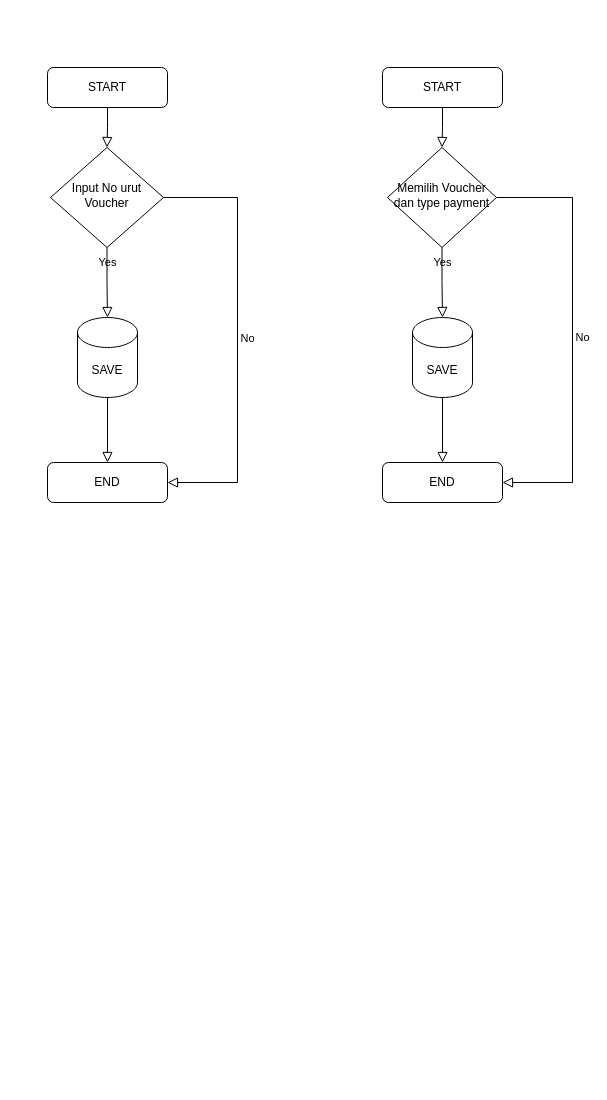
Earlier version of the draw.io diagram Untitled Diagram.drawio (andizdn13/dokumen-project). Source tidied: cells renumbered, new cells numbered last; positions are measured from the earlier drawing's top-left corner, leaving out a move shared by most shapes. Both pictures are drawn from the tidied source at 100%, with x=0, y=0 at pixel (47, 67).
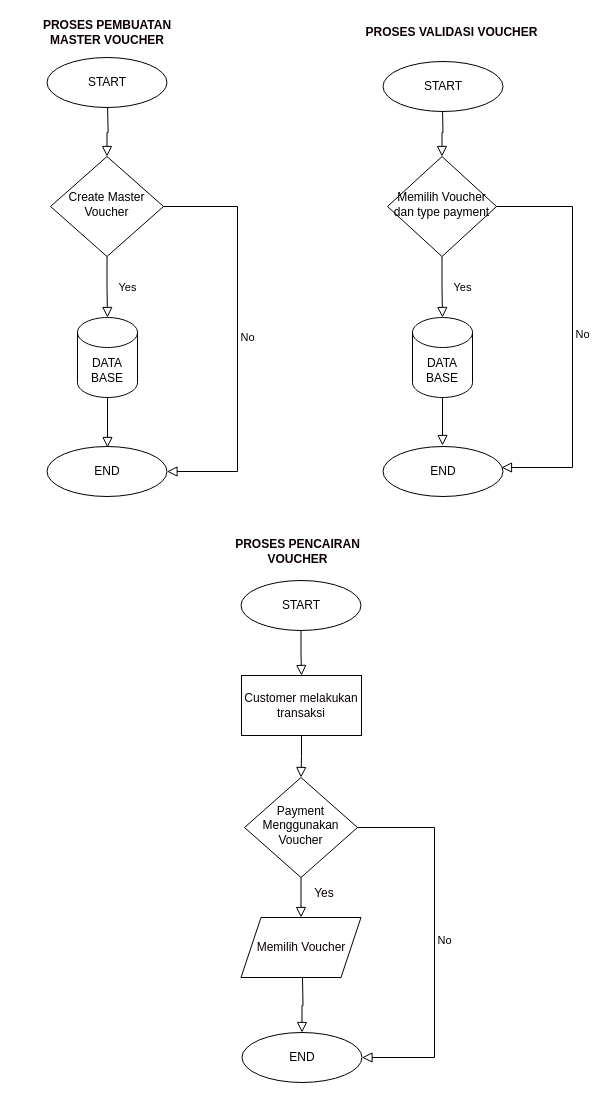
After the change.

The edit, as a diff of the source:
```diff
@@
-    <mxCell id="2" style="rounded=0;html=1;jettySize=auto;fontSize=11;endArrow=block;endFill=0;endSize=8;strokeWidth=1;shadow=0;labelBackgroundColor=none;edgeStyle=orthogonalEdgeStyle;" parent="1" edge="1" source="3" target="6">
-      <mxGeometry relative="1" as="geometry" />
+    <mxCell id="2" style="rounded=0;html=1;jettySize=auto;fontSize=11;endArrow=block;endFill=0;endSize=8;strokeWidth=1;shadow=0;labelBackgroundColor=none;edgeStyle=orthogonalEdgeStyle;" parent="1" edge="1" target="6">
+      <mxGeometry relative="1" as="geometry">
+        <mxPoint x="60.1" y="40" as="sourcePoint" />
+      </mxGeometry>
     </mxCell>
-    <mxCell id="3" value="START" style="rounded=1;whiteSpace=wrap;html=1;fontSize=12;glass=0;strokeWidth=1;shadow=0;" parent="1" vertex="1">
-      <mxGeometry width="120" height="40" as="geometry" />
-    </mxCell>
@@
-    <mxCell id="5" value="No" style="edgeStyle=orthogonalEdgeStyle;rounded=0;html=1;jettySize=auto;fontSize=11;endArrow=block;endFill=0;endSize=8;strokeWidth=1;shadow=0;labelBackgroundColor=none;entryX=1;entryY=0.5;entryDx=0;entryDy=0;" parent="1" edge="1" source="6" target="7">
+    <mxCell id="5" value="No" style="edgeStyle=orthogonalEdgeStyle;rounded=0;html=1;jettySize=auto;fontSize=11;endArrow=block;endFill=0;endSize=8;strokeWidth=1;shadow=0;labelBackgroundColor=none;" parent="1" edge="1" source="6" target="19">
       <mxGeometry y="10" relative="1" as="geometry">
         <Array as="points">
-          <mxPoint x="190" y="130" />
-          <mxPoint x="190" y="415" />
+          <mxPoint x="190" y="139" />
+          <mxPoint x="190" y="404" />
         </Array>
       </mxGeometry>
     </mxCell>
-    <mxCell id="6" value="Input No urut Voucher" style="rhombus;whiteSpace=wrap;html=1;shadow=0;fontFamily=Helvetica;fontSize=12;align=center;strokeWidth=1;spacing=6;spacingTop=-4;" parent="1" vertex="1">
-      <mxGeometry x="3" y="80" width="113" height="100" as="geometry" />
+    <mxCell id="6" value="Create Master Voucher" style="rhombus;whiteSpace=wrap;html=1;shadow=0;fontFamily=Helvetica;fontSize=12;align=center;strokeWidth=1;spacing=6;spacingTop=-4;" parent="1" vertex="1">
+      <mxGeometry x="3" y="89" width="113" height="100" as="geometry" />
     </mxCell>
-    <mxCell id="7" value="END" style="rounded=1;whiteSpace=wrap;html=1;fontSize=12;glass=0;strokeWidth=1;shadow=0;" parent="1" vertex="1">
-      <mxGeometry y="395" width="120" height="40" as="geometry" />
-    </mxCell>
-    <mxCell id="8" value="SAVE" style="shape=cylinder3;whiteSpace=wrap;html=1;boundedLbl=1;backgroundOutline=1;size=15;" parent="1" vertex="1">
+    <mxCell id="8" value="DATA BASE" style="shape=cylinder3;whiteSpace=wrap;html=1;boundedLbl=1;backgroundOutline=1;size=15;" parent="1" vertex="1">
       <mxGeometry x="30" y="250" width="60" height="80" as="geometry" />
     </mxCell>
-    <mxCell id="9" style="rounded=0;html=1;jettySize=auto;orthogonalLoop=1;fontSize=11;endArrow=block;endFill=0;endSize=8;strokeWidth=1;shadow=0;labelBackgroundColor=none;edgeStyle=orthogonalEdgeStyle;entryX=0.5;entryY=0;entryDx=0;entryDy=0;exitX=0.5;exitY=1;exitDx=0;exitDy=0;exitPerimeter=0;" parent="1" edge="1">
+    <mxCell id="9" style="rounded=0;html=1;jettySize=auto;orthogonalLoop=1;fontSize=11;endArrow=block;endFill=0;endSize=8;strokeWidth=1;shadow=0;labelBackgroundColor=none;edgeStyle=orthogonalEdgeStyle;exitX=0.5;exitY=1;exitDx=0;exitDy=0;exitPerimeter=0;" parent="1" edge="1">
       <mxGeometry relative="1" as="geometry">
         <mxPoint x="60" y="330" as="sourcePoint" />
-        <mxPoint x="60" y="395" as="targetPoint" />
+        <mxPoint x="60" y="380" as="targetPoint" />
       </mxGeometry>
     </mxCell>
-    <mxCell id="10" style="rounded=0;html=1;jettySize=auto;fontSize=11;endArrow=block;endFill=0;endSize=8;strokeWidth=1;shadow=0;labelBackgroundColor=none;edgeStyle=orthogonalEdgeStyle;" parent="1" edge="1" source="11" target="14">
-      <mxGeometry relative="1" as="geometry" />
+    <mxCell id="10" style="rounded=0;html=1;jettySize=auto;fontSize=11;endArrow=block;endFill=0;endSize=8;strokeWidth=1;shadow=0;labelBackgroundColor=none;edgeStyle=orthogonalEdgeStyle;" parent="1" edge="1" target="14">
+      <mxGeometry relative="1" as="geometry">
+        <mxPoint x="395" y="40" as="sourcePoint" />
+      </mxGeometry>
     </mxCell>
-    <mxCell id="11" value="START" style="rounded=1;whiteSpace=wrap;html=1;fontSize=12;glass=0;strokeWidth=1;shadow=0;" parent="1" vertex="1">
-      <mxGeometry x="335" width="120" height="40" as="geometry" />
-    </mxCell>
@@
-    <mxCell id="13" value="No" style="edgeStyle=orthogonalEdgeStyle;rounded=0;html=1;jettySize=auto;fontSize=11;endArrow=block;endFill=0;endSize=8;strokeWidth=1;shadow=0;labelBackgroundColor=none;entryX=1;entryY=0.5;entryDx=0;entryDy=0;" parent="1" edge="1" source="14" target="15">
+    <mxCell id="13" value="No" style="edgeStyle=orthogonalEdgeStyle;rounded=0;html=1;jettySize=auto;fontSize=11;endArrow=block;endFill=0;endSize=8;strokeWidth=1;shadow=0;labelBackgroundColor=none;entryX=0.992;entryY=0.55;entryDx=0;entryDy=0;entryPerimeter=0;" parent="1" edge="1" source="14">
       <mxGeometry y="10" relative="1" as="geometry">
+        <mxPoint x="454" y="400" as="targetPoint" />
         <Array as="points">
-          <mxPoint x="525" y="130" />
-          <mxPoint x="525" y="415" />
+          <mxPoint x="525" y="139" />
+          <mxPoint x="525" y="400" />
         </Array>
       </mxGeometry>
     </mxCell>
     <mxCell id="14" value="Memilih Voucher dan type payment " style="rhombus;whiteSpace=wrap;html=1;shadow=0;fontFamily=Helvetica;fontSize=12;align=center;strokeWidth=1;spacing=6;spacingTop=-4;" parent="1" vertex="1">
-      <mxGeometry x="340" y="80" width="109" height="100" as="geometry" />
+      <mxGeometry x="340" y="89" width="109" height="100" as="geometry" />
     </mxCell>
-    <mxCell id="15" value="END" style="rounded=1;whiteSpace=wrap;html=1;fontSize=12;glass=0;strokeWidth=1;shadow=0;" parent="1" vertex="1">
-      <mxGeometry x="335" y="395" width="120" height="40" as="geometry" />
-    </mxCell>
-    <mxCell id="16" value="SAVE" style="shape=cylinder3;whiteSpace=wrap;html=1;boundedLbl=1;backgroundOutline=1;size=15;" parent="1" vertex="1">
+    <mxCell id="16" value="DATA BASE" style="shape=cylinder3;whiteSpace=wrap;html=1;boundedLbl=1;backgroundOutline=1;size=15;" parent="1" vertex="1">
       <mxGeometry x="365" y="250" width="60" height="80" as="geometry" />
     </mxCell>
     <mxCell id="17" style="rounded=0;html=1;jettySize=auto;orthogonalLoop=1;fontSize=11;endArrow=block;endFill=0;endSize=8;strokeWidth=1;shadow=0;labelBackgroundColor=none;edgeStyle=orthogonalEdgeStyle;entryX=0.5;entryY=0;entryDx=0;entryDy=0;exitX=0.5;exitY=1;exitDx=0;exitDy=0;exitPerimeter=0;" parent="1" edge="1">
       <mxGeometry relative="1" as="geometry">
         <mxPoint x="395" y="330" as="sourcePoint" />
-        <mxPoint x="395" y="395" as="targetPoint" />
+        <mxPoint x="395" y="378" as="targetPoint" />
       </mxGeometry>
     </mxCell>
+    <mxCell id="18" value="START" style="ellipse;whiteSpace=wrap;html=1;" parent="1" vertex="1">
+      <mxGeometry x="-0.5" y="-10" width="120" height="50" as="geometry" />
+    </mxCell>
+    <mxCell id="19" value="END" style="ellipse;whiteSpace=wrap;html=1;" parent="1" vertex="1">
+      <mxGeometry x="-0.5" y="379" width="120" height="50" as="geometry" />
+    </mxCell>
+    <mxCell id="20" value="PROSES PEMBUATAN MASTER VOUCHER" style="text;html=1;strokeColor=none;fillColor=none;align=center;verticalAlign=middle;whiteSpace=wrap;rounded=0;fontStyle=1;fontColor=#0D0100;" parent="1" vertex="1">
+      <mxGeometry x="-30" y="-50" width="180" height="30" as="geometry" />
+    </mxCell>
+    <mxCell id="21" value="START" style="ellipse;whiteSpace=wrap;html=1;" parent="1" vertex="1">
+      <mxGeometry x="335.5" y="-6" width="120" height="50" as="geometry" />
+    </mxCell>
+    <mxCell id="22" value="END" style="ellipse;whiteSpace=wrap;html=1;" parent="1" vertex="1">
+      <mxGeometry x="335.5" y="379" width="120" height="50" as="geometry" />
+    </mxCell>
+    <mxCell id="23" value="PROSES VALIDASI VOUCHER" style="text;html=1;strokeColor=none;fillColor=none;align=center;verticalAlign=middle;whiteSpace=wrap;rounded=0;fontStyle=1;fontColor=#0D0100;" parent="1" vertex="1">
+      <mxGeometry x="314" y="-50" width="181" height="30" as="geometry" />
+    </mxCell>
+    <mxCell id="24" style="rounded=0;html=1;jettySize=auto;fontSize=11;endArrow=block;endFill=0;endSize=8;strokeWidth=1;shadow=0;labelBackgroundColor=none;edgeStyle=orthogonalEdgeStyle;exitX=0.5;exitY=1;exitDx=0;exitDy=0;entryX=0.5;entryY=0;entryDx=0;entryDy=0;" parent="1" edge="1" source="27" target="30">
+      <mxGeometry relative="1" as="geometry" />
+    </mxCell>
+    <mxCell id="25" value="No" style="edgeStyle=orthogonalEdgeStyle;rounded=0;html=1;jettySize=auto;fontSize=11;endArrow=block;endFill=0;endSize=8;strokeWidth=1;shadow=0;labelBackgroundColor=none;entryX=1;entryY=0.5;entryDx=0;entryDy=0;exitX=1;exitY=0.5;exitDx=0;exitDy=0;" parent="1" edge="1" source="31" target="28">
+      <mxGeometry y="10" relative="1" as="geometry">
+        <Array as="points">
+          <mxPoint x="387" y="760" />
+          <mxPoint x="387" y="990" />
+        </Array>
+      </mxGeometry>
+    </mxCell>
+    <mxCell id="26" style="rounded=0;html=1;jettySize=auto;fontSize=11;endArrow=block;endFill=0;endSize=8;strokeWidth=1;shadow=0;labelBackgroundColor=none;edgeStyle=orthogonalEdgeStyle;" parent="1" edge="1" target="28">
+      <mxGeometry relative="1" as="geometry">
+        <mxPoint x="255" y="910" as="sourcePoint" />
+      </mxGeometry>
+    </mxCell>
+    <mxCell id="27" value="START" style="ellipse;whiteSpace=wrap;html=1;" parent="1" vertex="1">
+      <mxGeometry x="193.5" y="513" width="120" height="50" as="geometry" />
+    </mxCell>
+    <mxCell id="28" value="END" style="ellipse;whiteSpace=wrap;html=1;" parent="1" vertex="1">
+      <mxGeometry x="194.5" y="965" width="120" height="50" as="geometry" />
+    </mxCell>
+    <mxCell id="29" value="PROSES PENCAIRAN VOUCHER" style="text;html=1;strokeColor=none;fillColor=none;align=center;verticalAlign=middle;whiteSpace=wrap;rounded=0;fontStyle=1;fontColor=#0D0100;" parent="1" vertex="1">
+      <mxGeometry x="160" y="469" width="181" height="30" as="geometry" />
+    </mxCell>
+    <mxCell id="30" value="Customer melakukan transaksi " style="rounded=0;whiteSpace=wrap;html=1;fontColor=#0D0100;" parent="1" vertex="1">
+      <mxGeometry x="194" y="608" width="120" height="60" as="geometry" />
+    </mxCell>
+    <mxCell id="31" value="Payment Menggunakan Voucher" style="rhombus;whiteSpace=wrap;html=1;shadow=0;fontFamily=Helvetica;fontSize=12;align=center;strokeWidth=1;spacing=6;spacingTop=-4;" parent="1" vertex="1">
+      <mxGeometry x="197" y="710" width="113" height="100" as="geometry" />
+    </mxCell>
+    <mxCell id="32" style="rounded=0;html=1;jettySize=auto;fontSize=11;endArrow=block;endFill=0;endSize=8;strokeWidth=1;shadow=0;labelBackgroundColor=none;edgeStyle=orthogonalEdgeStyle;entryX=0.5;entryY=0;entryDx=0;entryDy=0;" parent="1" edge="1" source="30" target="31">
+      <mxGeometry relative="1" as="geometry" />
+    </mxCell>
+    <mxCell id="33" value="Memilih Voucher" style="shape=parallelogram;perimeter=parallelogramPerimeter;whiteSpace=wrap;html=1;fixedSize=1;fontColor=#0D0100;" parent="1" vertex="1">
+      <mxGeometry x="193.5" y="850" width="120" height="60" as="geometry" />
+    </mxCell>
+    <mxCell id="34" style="rounded=0;html=1;jettySize=auto;fontSize=11;endArrow=block;endFill=0;endSize=8;strokeWidth=1;shadow=0;labelBackgroundColor=none;edgeStyle=orthogonalEdgeStyle;entryX=0.5;entryY=0;entryDx=0;entryDy=0;exitX=0.5;exitY=1;exitDx=0;exitDy=0;" parent="1" edge="1" source="31" target="33">
+      <mxGeometry relative="1" as="geometry" />
+    </mxCell>
+    <mxCell id="35" value="Yes" style="text;html=1;strokeColor=none;fillColor=none;align=center;verticalAlign=middle;whiteSpace=wrap;rounded=0;fontColor=#0D0100;" parent="1" vertex="1">
+      <mxGeometry x="257" y="816" width="40" height="20" as="geometry" />
+    </mxCell>
```
